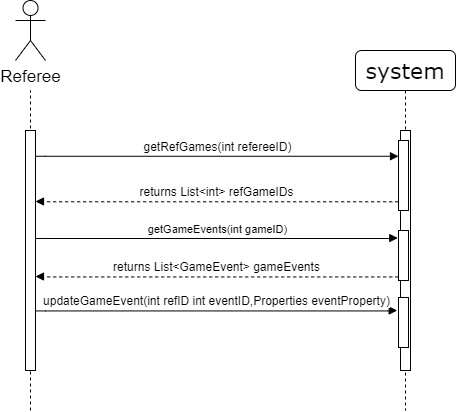
This is doc/use_cases/diagrams/ssd_ref/updateGameEvent.png from Zshoham/Morbis, a draw.io export, as it was before one commit. Source tidied: cells renumbered, new cells last; positions are measured from the earlier drawing's top-left corner, leaving out a move shared by most shapes.
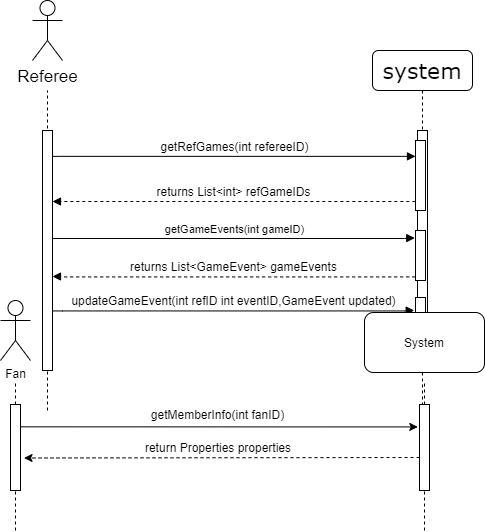
After the change.

Diff of the diagram source:
```diff
@@ -53,7 +53,7 @@
         <mxPoint x="20" y="276" as="targetPoint" />
       </mxGeometry>
     </mxCell>
-    <mxCell id="14" value="&lt;span style=&quot;font-family: &amp;#34;helvetica&amp;#34; ; background-color: rgb(255 , 255 , 255)&quot;&gt;updateGameEvent(int refID int eventID,Properties eventProperty)&lt;/span&gt;" style="html=1;verticalAlign=bottom;endArrow=block;labelBackgroundColor=none;fontFamily=Verdana;fontSize=12;edgeStyle=elbowEdgeStyle;elbow=vertical;exitX=1.06;exitY=0.483;exitDx=0;exitDy=0;exitPerimeter=0;entryX=-0.271;entryY=0.691;entryDx=0;entryDy=0;entryPerimeter=0;" parent="1" edge="1">
+    <mxCell id="14" value="&lt;span style=&quot;font-family: &amp;#34;helvetica&amp;#34; ; background-color: rgb(255 , 255 , 255)&quot;&gt;updateGameEvent(int refID int eventID,GameEvent updated)&lt;/span&gt;" style="html=1;verticalAlign=bottom;endArrow=block;labelBackgroundColor=none;fontFamily=Verdana;fontSize=12;edgeStyle=elbowEdgeStyle;elbow=vertical;exitX=1.06;exitY=0.483;exitDx=0;exitDy=0;exitPerimeter=0;entryX=-0.271;entryY=0.691;entryDx=0;entryDy=0;entryPerimeter=0;" parent="1" edge="1">
       <mxGeometry relative="1" as="geometry">
         <mxPoint x="20" y="310.5" as="sourcePoint" />
         <mxPoint x="381.7" y="310" as="targetPoint" />
@@ -62,5 +62,51 @@
         </Array>
       </mxGeometry>
     </mxCell>
+    <mxCell id="15" value="Fan" style="shape=umlActor;verticalLabelPosition=bottom;labelBackgroundColor=#ffffff;verticalAlign=top;html=1;" parent="1" vertex="1">
+      <mxGeometry x="-32" y="300" width="30" height="60" as="geometry" />
+    </mxCell>
+    <mxCell id="16" style="endArrow=none;dashed=1;html=1;" parent="1" edge="1" source="17">
+      <mxGeometry relative="1" as="geometry">
+        <mxPoint x="-17" y="382" as="targetPoint" />
+      </mxGeometry>
+    </mxCell>
+    <mxCell id="17" style="rounded=0;whiteSpace=wrap;html=1;" parent="1" vertex="1">
+      <mxGeometry x="-22" y="404" width="10" height="86" as="geometry" />
+    </mxCell>
+    <mxCell id="18" style="endArrow=none;dashed=1;html=1;" parent="1" edge="1" target="17">
+      <mxGeometry relative="1" as="geometry">
+        <mxPoint x="-17" y="530" as="sourcePoint" />
+      </mxGeometry>
+    </mxCell>
+    <mxCell id="19" style="endArrow=none;dashed=1;html=1;" parent="1" edge="1">
+      <mxGeometry relative="1" as="geometry">
+        <mxPoint x="392" y="530" as="sourcePoint" />
+        <mxPoint x="392" y="382" as="targetPoint" />
+      </mxGeometry>
+    </mxCell>
+    <mxCell id="20" style="rounded=0;whiteSpace=wrap;html=1;" parent="1" vertex="1">
+      <mxGeometry x="387" y="404" width="10" height="86" as="geometry" />
+    </mxCell>
+    <mxCell id="21" value="System" style="rounded=1;whiteSpace=wrap;html=1;" parent="1" vertex="1">
+      <mxGeometry x="332" y="312" width="120" height="60" as="geometry" />
+    </mxCell>
+    <mxCell id="22" style="endArrow=classic;html=1;exitX=1.003;exitY=0.097;exitDx=0;exitDy=0;exitPerimeter=0;entryX=-0.172;entryY=0.098;entryDx=0;entryDy=0;entryPerimeter=0;" parent="1" edge="1">
+      <mxGeometry relative="1" as="geometry">
+        <mxPoint x="-12" y="426.3" as="sourcePoint" />
+        <mxPoint x="385.3" y="426.4" as="targetPoint" />
+      </mxGeometry>
+    </mxCell>
+    <mxCell id="23" value="getMemberInfo(int fanID)" style="text;html=1;strokeColor=none;fillColor=none;align=center;verticalAlign=middle;whiteSpace=wrap;rounded=0;" parent="1" vertex="1">
+      <mxGeometry x="108" y="404" width="154.5" height="20" as="geometry" />
+    </mxCell>
+    <mxCell id="24" value="return Properties properties" style="text;html=1;strokeColor=none;fillColor=none;align=center;verticalAlign=middle;whiteSpace=wrap;rounded=0;" parent="1" vertex="1">
+      <mxGeometry x="51" y="437" width="270" height="20" as="geometry" />
+    </mxCell>
+    <mxCell id="25" style="endArrow=classic;html=1;dashed=1;exitX=-0.155;exitY=0.254;exitDx=0;exitDy=0;exitPerimeter=0;" parent="1" edge="1">
+      <mxGeometry relative="1" as="geometry">
+        <mxPoint x="387" y="457" as="sourcePoint" />
+        <mxPoint x="-8.5" y="457.5" as="targetPoint" />
+      </mxGeometry>
+    </mxCell>
   </root>
 </mxGraphModel>
```
